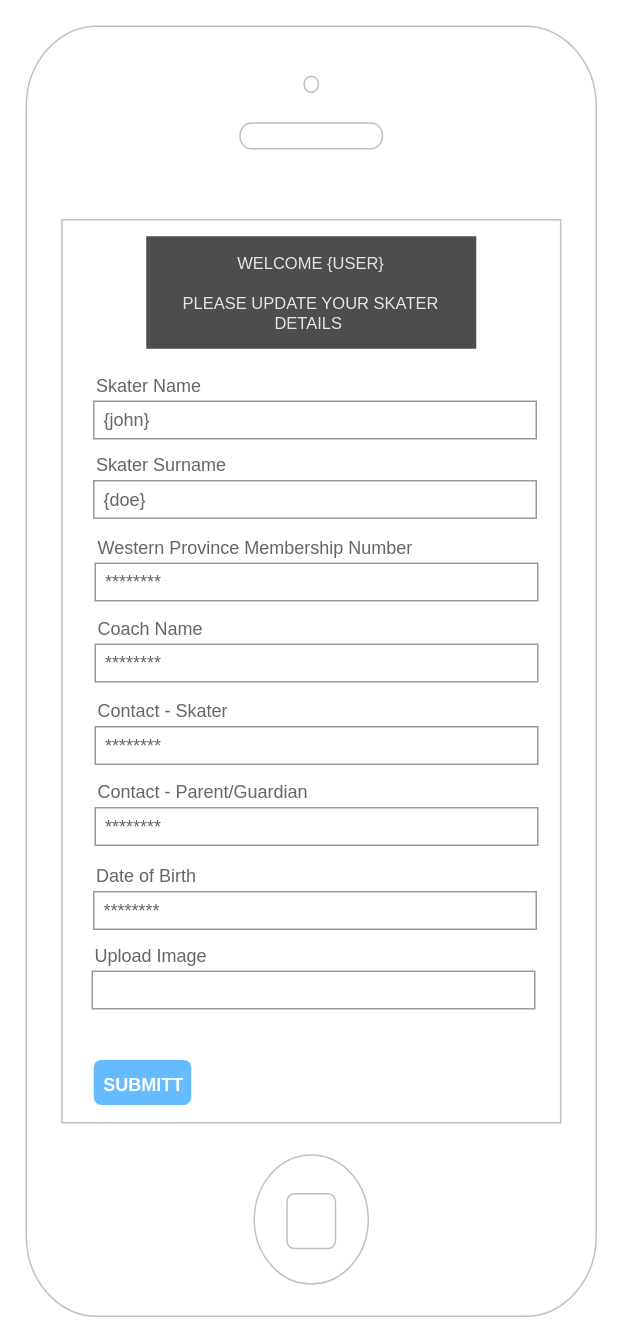
Before: page "ENTER SKATER DETAILS MOBILE" (4 of 15) of SkaterPatchTimeApp.drawio in neilbenjamin/SkaterPatchTime, a draw.io diagram. Source tidied: cells renumbered, new cells numbered last; positions are measured from the earlier drawing's top-left corner, leaving out a move shared by most shapes. Both pictures are drawn from the tidied source at 150%, with x=0, y=0 at pixel (26, 26).
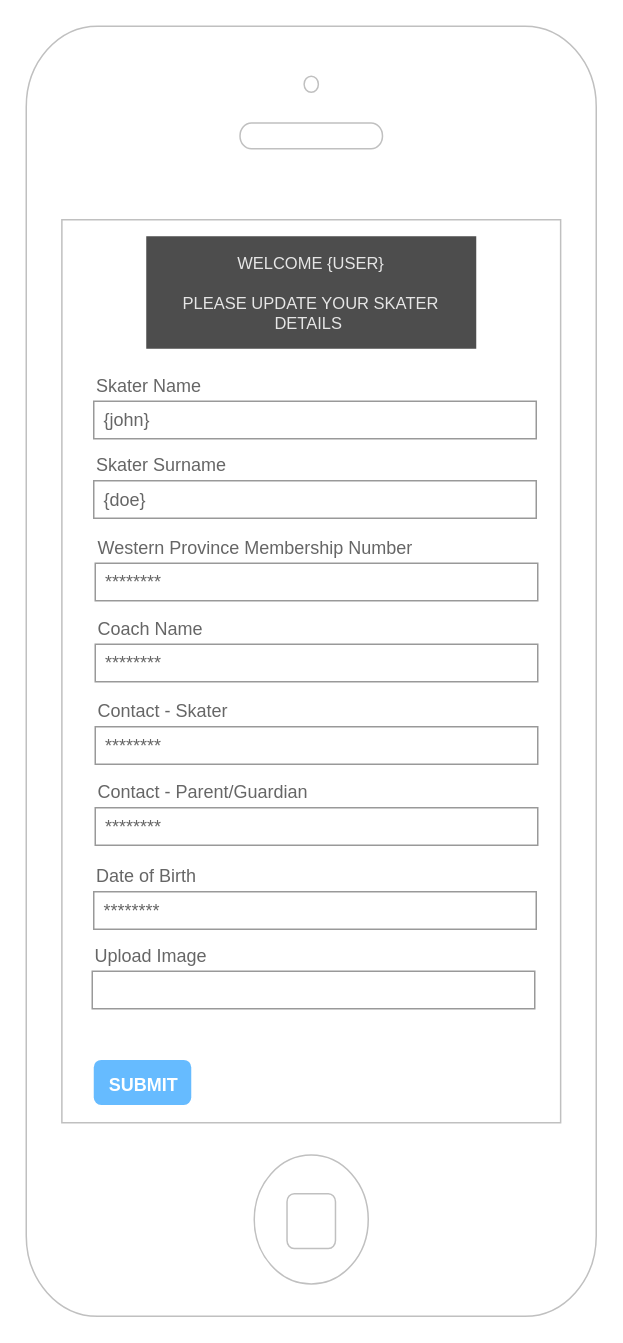
The same page after the edit.

Change to the diagram source:
```diff
@@
-    <mxCell id="4" value="&lt;font style=&quot;font-size: 12px;&quot;&gt;SUBMITT&lt;/font&gt;" style="strokeWidth=1;shadow=0;dashed=0;align=center;html=1;shape=mxgraph.mockup.forms.rrect;rSize=5;strokeColor=none;fontColor=#ffffff;fillColor=#66bbff;fontSize=16;fontStyle=1;" parent="1" vertex="1">
+    <mxCell id="4" value="&lt;font style=&quot;font-size: 12px;&quot;&gt;SUBMIT&lt;/font&gt;" style="strokeWidth=1;shadow=0;dashed=0;align=center;html=1;shape=mxgraph.mockup.forms.rrect;rSize=5;strokeColor=none;fontColor=#ffffff;fillColor=#66bbff;fontSize=16;fontStyle=1;" parent="1" vertex="1">
       <mxGeometry x="45" y="689.1" width="65" height="30" as="geometry" />
     </mxCell>
```
